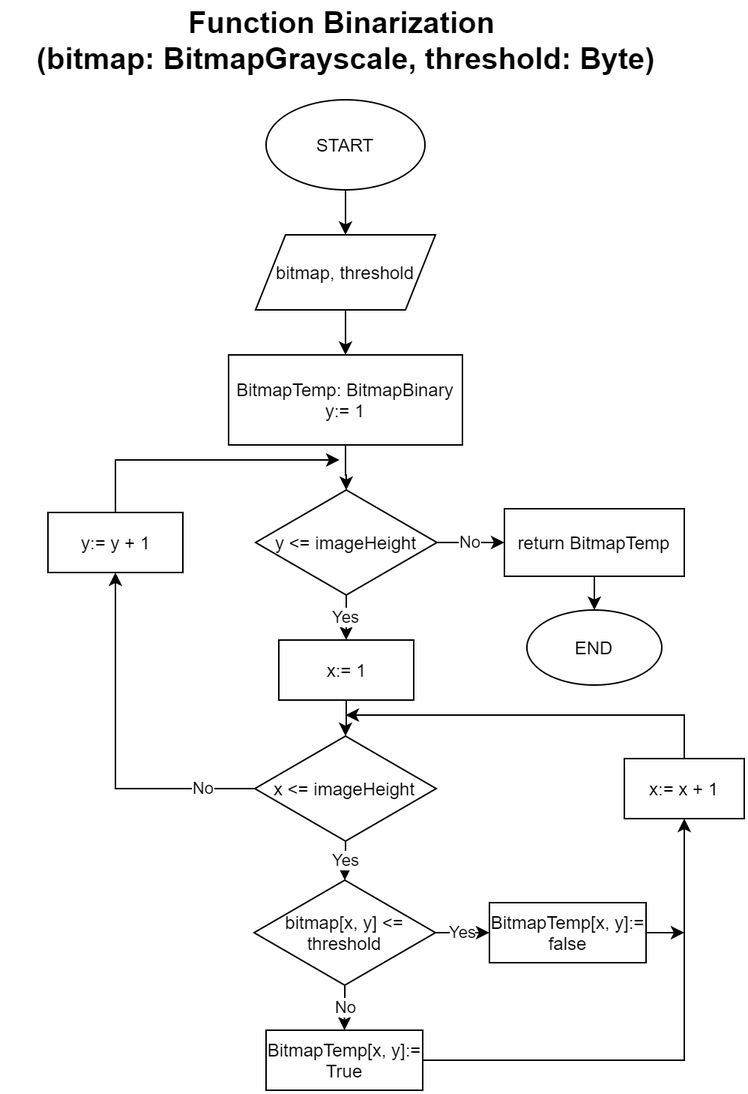
ukayaj620/batikcomp keeps this draw.io diagram as flowchart/.png/Binarization.png. Above is the earlier version. Source tidied: cells renumbered, new cells last; positions are measured from the earlier drawing's top-left corner, leaving out a move shared by most shapes. Source of this version:
```xml
<mxGraphModel>
  <root>
    <mxCell id="0" />
    <mxCell id="1" parent="0" />
    <mxCell id="2" value="&lt;font style=&quot;font-size: 20px&quot;&gt;&lt;b&gt;Function Binarization &lt;br&gt;(bitmap: BitmapGrayscale, threshold: Byte)&lt;/b&gt;&lt;/font&gt;" style="text;html=1;strokeColor=none;fillColor=none;align=center;verticalAlign=middle;whiteSpace=wrap;rounded=0;" parent="1" vertex="1">
      <mxGeometry width="457" height="20" as="geometry" />
    </mxCell>
    <mxCell id="3" style="edgeStyle=orthogonalEdgeStyle;rounded=0;jettySize=auto;html=1;" parent="1" edge="1" source="4" target="8">
      <mxGeometry relative="1" as="geometry" />
    </mxCell>
    <mxCell id="4" value="START" style="ellipse;whiteSpace=wrap;html=1;" parent="1" vertex="1">
      <mxGeometry x="175" y="50" width="106" height="60" as="geometry" />
    </mxCell>
    <mxCell id="5" style="edgeStyle=orthogonalEdgeStyle;rounded=0;jettySize=auto;html=1;" parent="1" edge="1" source="6" target="11">
      <mxGeometry relative="1" as="geometry" />
    </mxCell>
    <mxCell id="6" value="BitmapTemp: BitmapBinary&lt;br&gt;y:= 1" style="rounded=0;whiteSpace=wrap;html=1;" parent="1" vertex="1">
      <mxGeometry x="150" y="220" width="156" height="60" as="geometry" />
    </mxCell>
    <mxCell id="7" style="edgeStyle=orthogonalEdgeStyle;rounded=0;jettySize=auto;html=1;" parent="1" edge="1" source="8" target="6">
      <mxGeometry relative="1" as="geometry" />
    </mxCell>
    <mxCell id="8" value="bitmap, threshold" style="shape=parallelogram;perimeter=parallelogramPerimeter;whiteSpace=wrap;html=1;fixedSize=1;" parent="1" vertex="1">
      <mxGeometry x="168" y="140" width="120" height="50" as="geometry" />
    </mxCell>
    <mxCell id="9" value="Yes" style="edgeStyle=orthogonalEdgeStyle;rounded=0;jettySize=auto;html=1;" parent="1" edge="1" source="11" target="13">
      <mxGeometry relative="1" as="geometry" />
    </mxCell>
    <mxCell id="10" value="No" style="edgeStyle=orthogonalEdgeStyle;rounded=0;jettySize=auto;html=1;entryX=0;entryY=0.5;entryDx=0;entryDy=0;" parent="1" edge="1" source="11" target="29">
      <mxGeometry relative="1" as="geometry" />
    </mxCell>
    <mxCell id="11" value="y &amp;lt;= imageHeight" style="rhombus;whiteSpace=wrap;html=1;" parent="1" vertex="1">
      <mxGeometry x="168" y="310" width="121" height="70" as="geometry" />
    </mxCell>
    <mxCell id="12" style="edgeStyle=orthogonalEdgeStyle;rounded=0;jettySize=auto;html=1;" parent="1" edge="1" source="13" target="16">
      <mxGeometry relative="1" as="geometry" />
    </mxCell>
    <mxCell id="13" value="x:= 1" style="rounded=0;whiteSpace=wrap;html=1;" parent="1" vertex="1">
      <mxGeometry x="183.5" y="410" width="90" height="40" as="geometry" />
    </mxCell>
    <mxCell id="14" value="Yes" style="edgeStyle=orthogonalEdgeStyle;rounded=0;jettySize=auto;html=1;" parent="1" edge="1" source="16" target="19">
      <mxGeometry relative="1" as="geometry" />
    </mxCell>
    <mxCell id="15" value="No" style="edgeStyle=orthogonalEdgeStyle;rounded=0;jettySize=auto;html=1;entryX=0.5;entryY=1;entryDx=0;entryDy=0;" parent="1" edge="1" source="16" target="25">
      <mxGeometry x="-0.72" relative="1" as="geometry" />
    </mxCell>
    <mxCell id="16" value="x &amp;lt;= imageHeight" style="rhombus;whiteSpace=wrap;html=1;" parent="1" vertex="1">
      <mxGeometry x="167.5" y="474" width="121" height="70" as="geometry" />
    </mxCell>
    <mxCell id="17" value="Yes" style="edgeStyle=orthogonalEdgeStyle;rounded=0;jettySize=auto;html=1;" parent="1" edge="1" source="19" target="21">
      <mxGeometry relative="1" as="geometry" />
    </mxCell>
    <mxCell id="18" value="No" style="edgeStyle=orthogonalEdgeStyle;rounded=0;jettySize=auto;html=1;" parent="1" edge="1" source="19" target="23">
      <mxGeometry relative="1" as="geometry" />
    </mxCell>
    <mxCell id="19" value="bitmap[x, y] &amp;lt;= threshold" style="rhombus;whiteSpace=wrap;html=1;" parent="1" vertex="1">
      <mxGeometry x="167" y="570" width="121" height="70" as="geometry" />
    </mxCell>
    <mxCell id="20" style="edgeStyle=orthogonalEdgeStyle;rounded=0;jettySize=auto;html=1;" parent="1" edge="1" source="21">
      <mxGeometry relative="1" as="geometry">
        <mxPoint x="454" y="605" as="targetPoint" />
      </mxGeometry>
    </mxCell>
    <mxCell id="21" value="BitmapTemp[x, y]:= false" style="rounded=0;whiteSpace=wrap;html=1;" parent="1" vertex="1">
      <mxGeometry x="324" y="585" width="104.5" height="40" as="geometry" />
    </mxCell>
    <mxCell id="22" style="edgeStyle=orthogonalEdgeStyle;rounded=0;jettySize=auto;html=1;entryX=0.5;entryY=1;entryDx=0;entryDy=0;" parent="1" edge="1" source="23" target="27">
      <mxGeometry relative="1" as="geometry" />
    </mxCell>
    <mxCell id="23" value="BitmapTemp[x, y]:= True" style="rounded=0;whiteSpace=wrap;html=1;" parent="1" vertex="1">
      <mxGeometry x="175" y="670" width="104.5" height="40" as="geometry" />
    </mxCell>
    <mxCell id="24" style="edgeStyle=orthogonalEdgeStyle;rounded=0;jettySize=auto;html=1;" parent="1" edge="1" source="25">
      <mxGeometry relative="1" as="geometry">
        <mxPoint x="224" y="290" as="targetPoint" />
        <Array as="points">
          <mxPoint x="75" y="290" />
        </Array>
      </mxGeometry>
    </mxCell>
    <mxCell id="25" value="y:= y + 1" style="rounded=0;whiteSpace=wrap;html=1;" parent="1" vertex="1">
      <mxGeometry x="29.5" y="325" width="90" height="40" as="geometry" />
    </mxCell>
    <mxCell id="26" style="edgeStyle=orthogonalEdgeStyle;rounded=0;jettySize=auto;html=1;" parent="1" edge="1" source="27">
      <mxGeometry relative="1" as="geometry">
        <mxPoint x="228" y="460" as="targetPoint" />
        <Array as="points">
          <mxPoint x="454" y="460" />
        </Array>
      </mxGeometry>
    </mxCell>
    <mxCell id="27" value="x:= x + 1" style="rounded=0;whiteSpace=wrap;html=1;" parent="1" vertex="1">
      <mxGeometry x="414" y="489" width="80" height="40" as="geometry" />
    </mxCell>
    <mxCell id="28" style="edgeStyle=orthogonalEdgeStyle;rounded=0;jettySize=auto;html=1;" parent="1" edge="1" source="29" target="30">
      <mxGeometry relative="1" as="geometry" />
    </mxCell>
    <mxCell id="29" value="return BitmapTemp" style="rounded=0;whiteSpace=wrap;html=1;" parent="1" vertex="1">
      <mxGeometry x="334" y="322.5" width="120" height="45" as="geometry" />
    </mxCell>
    <mxCell id="30" value="END" style="ellipse;whiteSpace=wrap;html=1;rounded=0;" parent="1" vertex="1">
      <mxGeometry x="349" y="390" width="90" height="50" as="geometry" />
    </mxCell>
  </root>
</mxGraphModel>
```
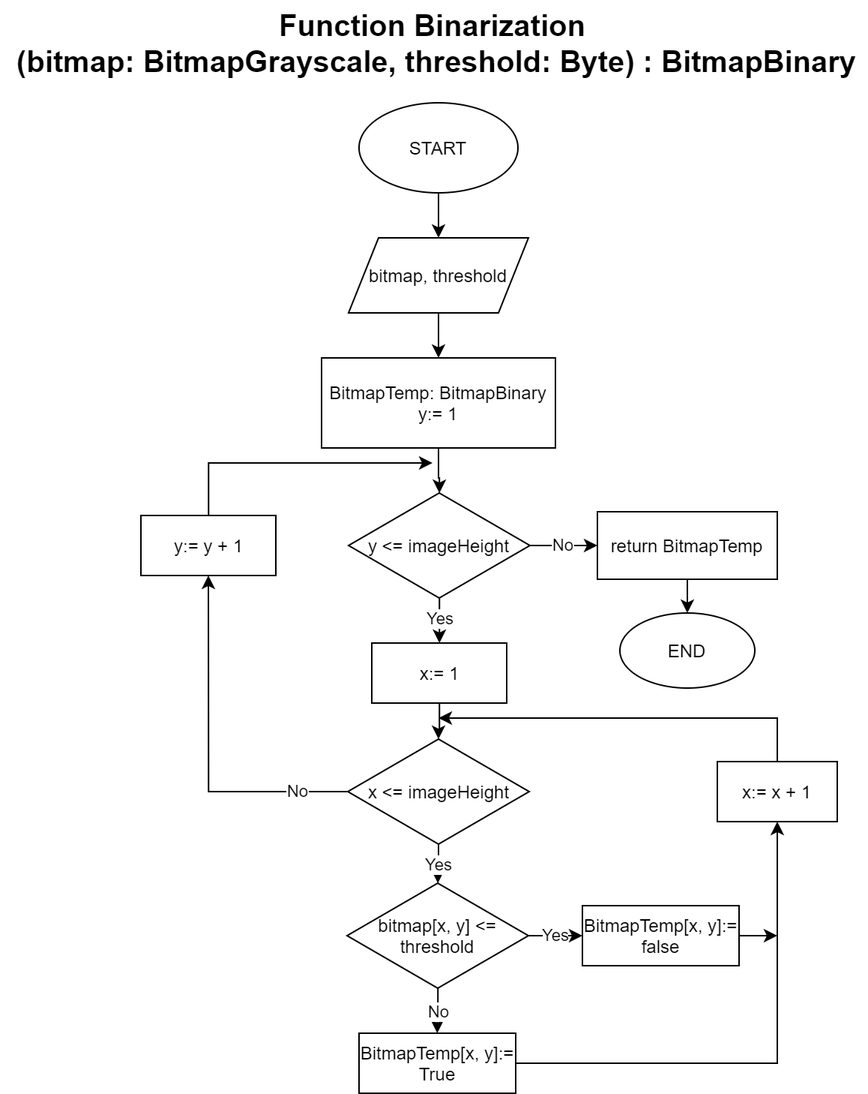
Later version of the same file.

What changed in the source:
```diff
@@ -2,8 +2,8 @@
   <root>
     <mxCell id="0" />
     <mxCell id="1" parent="0" />
-    <mxCell id="2" value="&lt;font style=&quot;font-size: 20px&quot;&gt;&lt;b&gt;Function Binarization &lt;br&gt;(bitmap: BitmapGrayscale, threshold: Byte)&lt;/b&gt;&lt;/font&gt;" style="text;html=1;strokeColor=none;fillColor=none;align=center;verticalAlign=middle;whiteSpace=wrap;rounded=0;" parent="1" vertex="1">
-      <mxGeometry width="457" height="20" as="geometry" />
+    <mxCell id="2" value="&lt;font style=&quot;font-size: 20px&quot;&gt;&lt;b&gt;Function Binarization &lt;br&gt;(bitmap: BitmapGrayscale, threshold: Byte) : BitmapBinary&lt;/b&gt;&lt;/font&gt;" style="text;html=1;strokeColor=none;fillColor=none;align=center;verticalAlign=middle;whiteSpace=wrap;rounded=0;" parent="1" vertex="1">
+      <mxGeometry x="-59.8" width="574" height="20" as="geometry" />
     </mxCell>
     <mxCell id="3" style="edgeStyle=orthogonalEdgeStyle;rounded=0;jettySize=auto;html=1;" parent="1" edge="1" source="4" target="8">
       <mxGeometry relative="1" as="geometry" />
```
